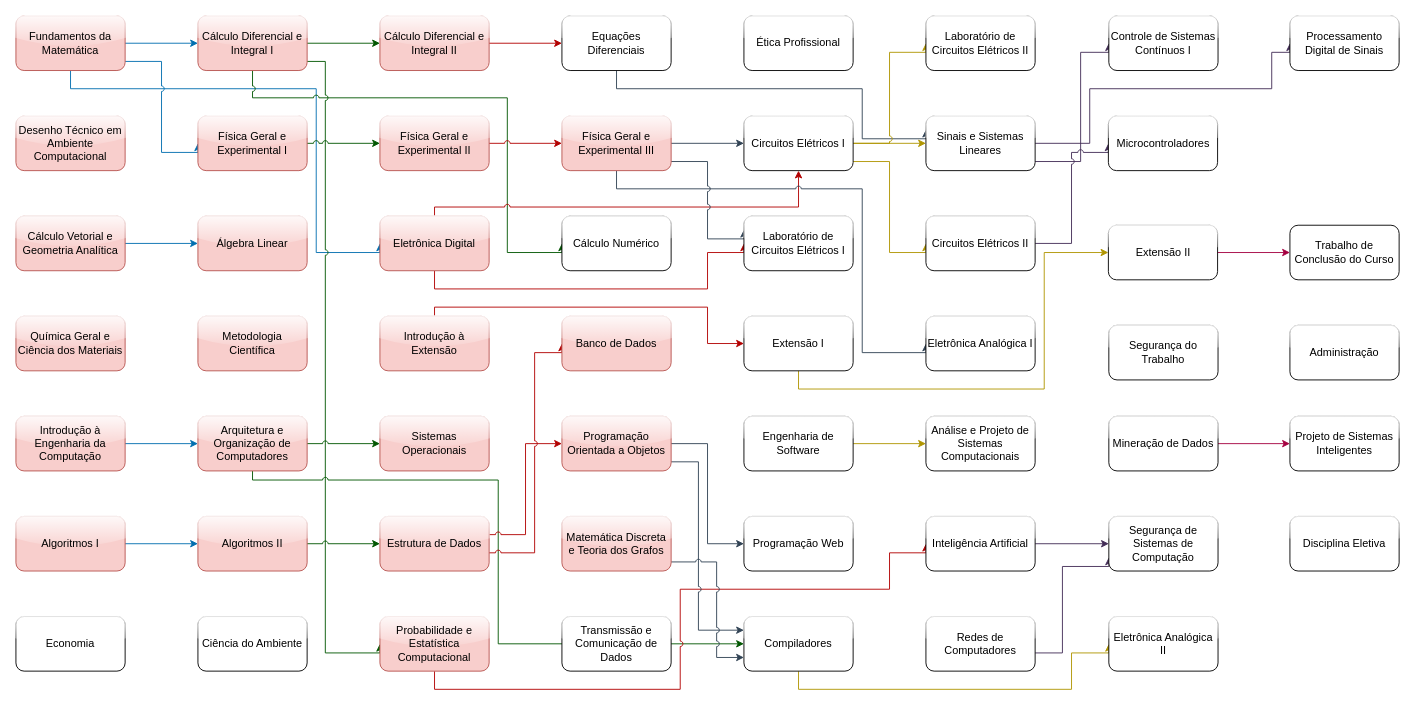
Above: fluxograma-disciplinas.drawio in mateus-s-a/IFMT_Eng_Computacao (draw.io), before the change. Source tidied: cells renumbered, new cells numbered last; positions are measured from the earlier drawing's top-left corner, leaving out a move shared by most shapes. Both pictures are drawn from the tidied source at 91%, with x=0, y=0 at pixel (15, 15).
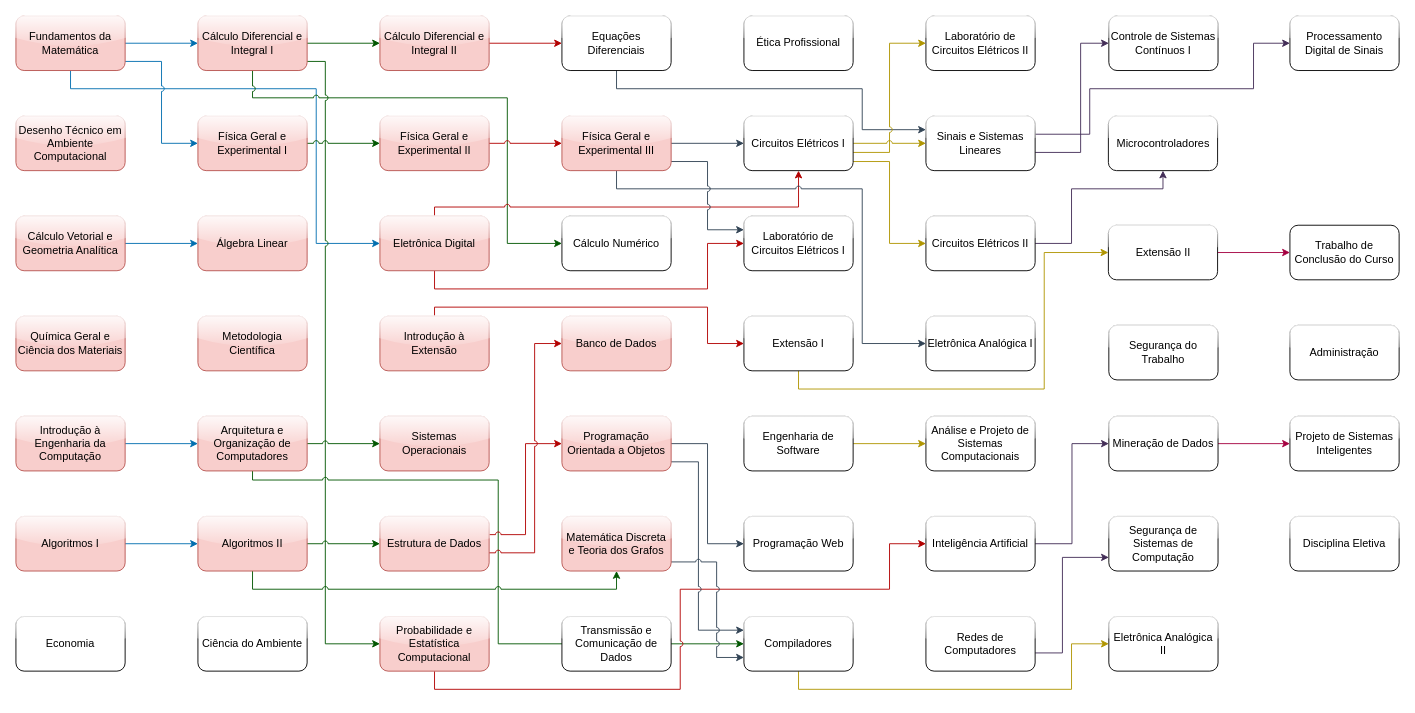
The same page after the edit.

The change refers to these unchanged cells:
```xml
<mxCell id="5" value="Fundamentos da Matemática" style="rounded=1;whiteSpace=wrap;html=1;glass=1;shadow=0;fillColor=#f8cecc;strokeColor=#b85450;" parent="1" vertex="1">
<mxCell id="18" value="&lt;div&gt;Cálculo Diferencial e Integral I&lt;/div&gt;" style="rounded=1;whiteSpace=wrap;html=1;glass=1;fillColor=#f8cecc;strokeColor=#b85450;" parent="1" vertex="1">
<mxCell id="20" value="&lt;div&gt;Física Geral e Experimental I&lt;/div&gt;" style="rounded=1;whiteSpace=wrap;html=1;glass=1;fillColor=#f8cecc;strokeColor=#b85450;" parent="1" vertex="1">
<mxCell id="27" value="&lt;div&gt;Algoritmos II&lt;/div&gt;" style="rounded=1;whiteSpace=wrap;html=1;glass=1;fillColor=#f8cecc;strokeColor=#b85450;" parent="1" vertex="1">
<mxCell id="33" value="Eletrônica Digital" style="rounded=1;whiteSpace=wrap;html=1;glass=1;fillColor=#f8cecc;strokeColor=#b85450;" parent="1" vertex="1">
<mxCell id="39" value="Estrutura de Dados" style="rounded=1;whiteSpace=wrap;html=1;glass=1;fillColor=#f8cecc;strokeColor=#b85450;" parent="1" vertex="1">
<mxCell id="41" value="Probabilidade e Estatística Computacional" style="rounded=1;whiteSpace=wrap;html=1;glass=1;fillColor=#f8cecc;strokeColor=#b85450;" parent="1" vertex="1">
<mxCell id="45" value="Equações Diferenciais" style="rounded=1;whiteSpace=wrap;html=1;glass=1;" parent="1" vertex="1">
<mxCell id="49" value="&lt;div&gt;Física Geral e Experimental III&lt;/div&gt;" style="rounded=1;whiteSpace=wrap;html=1;glass=1;fillColor=#f8cecc;strokeColor=#b85450;" parent="1" vertex="1">
<mxCell id="50" value="Cálculo Numérico" style="rounded=1;whiteSpace=wrap;html=1;glass=1;" parent="1" vertex="1">
<mxCell id="51" value="Banco de Dados" style="rounded=1;whiteSpace=wrap;html=1;glass=1;fillColor=#f8cecc;strokeColor=#b85450;" parent="1" vertex="1">
<mxCell id="56" value="Matemática Discreta e Teoria dos Grafos" style="rounded=1;whiteSpace=wrap;html=1;glass=1;fillColor=#f8cecc;strokeColor=#b85450;" parent="1" vertex="1">
<mxCell id="62" value="Circuitos Elétricos I" style="rounded=1;whiteSpace=wrap;html=1;glass=1;" parent="1" vertex="1">
<mxCell id="63" value="Laboratório de Circuitos Elétricos I" style="rounded=1;whiteSpace=wrap;html=1;glass=1;" parent="1" vertex="1">
<mxCell id="70" value="Compiladores" style="rounded=1;whiteSpace=wrap;html=1;glass=1;" parent="1" vertex="1">
<mxCell id="71" value="Laboratório de Circuitos Elétricos II" style="rounded=1;whiteSpace=wrap;html=1;glass=1;" parent="1" vertex="1">
<mxCell id="74" value="Sinais e Sistemas Lineares" style="rounded=1;whiteSpace=wrap;html=1;glass=1;" parent="1" vertex="1">
<mxCell id="76" value="Circuitos Elétricos II" style="rounded=1;whiteSpace=wrap;html=1;glass=1;" parent="1" vertex="1">
<mxCell id="77" value="Eletrônica Analógica I" style="rounded=1;whiteSpace=wrap;html=1;glass=1;" parent="1" vertex="1">
<mxCell id="80" value="Inteligência Artificial" style="rounded=1;whiteSpace=wrap;html=1;glass=1;" parent="1" vertex="1">
<mxCell id="82" value="Redes de Computadores" style="rounded=1;whiteSpace=wrap;html=1;glass=1;" parent="1" vertex="1">
<mxCell id="83" value="Controle de Sistemas Contínuos I" style="rounded=1;whiteSpace=wrap;html=1;glass=1;" parent="1" vertex="1">
<mxCell id="84" value="Microcontroladores" style="rounded=1;whiteSpace=wrap;html=1;glass=1;" parent="1" vertex="1">
<mxCell id="89" value="Mineração de Dados" style="rounded=1;whiteSpace=wrap;html=1;glass=1;" parent="1" vertex="1">
<mxCell id="90" value="Segurança de Sistemas de Computação" style="rounded=1;whiteSpace=wrap;html=1;glass=1;" parent="1" vertex="1">
<mxCell id="91" value="Eletrônica Analógica II" style="rounded=1;whiteSpace=wrap;html=1;glass=1;" parent="1" vertex="1">
<mxCell id="92" value="Processamento Digital de Sinais" style="rounded=1;whiteSpace=wrap;html=1;glass=1;" parent="1" vertex="1">
```

What changed in the source:
```diff
@@
     <mxCell id="3" style="edgeStyle=orthogonalEdgeStyle;rounded=0;jettySize=auto;html=1;entryX=0;entryY=0.5;entryDx=0;entryDy=0;jumpStyle=arc;fillColor=#1ba1e2;strokeColor=#006EAF;" parent="1" edge="1" source="5" target="33">
       <mxGeometry relative="1" as="geometry">
         <Array as="points">
           <mxPoint x="60" y="80" />
           <mxPoint x="330" y="80" />
-          <mxPoint x="330" y="260" />
+          <mxPoint x="330" y="250" />
         </Array>
       </mxGeometry>
     </mxCell>
     <mxCell id="4" style="edgeStyle=orthogonalEdgeStyle;rounded=0;jettySize=auto;html=1;entryX=0;entryY=0.5;entryDx=0;entryDy=0;jumpStyle=arc;fillColor=#1ba1e2;strokeColor=#006EAF;" parent="1" edge="1" source="5" target="20">
       <mxGeometry relative="1" as="geometry">
         <Array as="points">
           <mxPoint x="160" y="50" />
-          <mxPoint x="160" y="150" />
+          <mxPoint x="160" y="140" />
         </Array>
       </mxGeometry>
     </mxCell>
@@
     <mxCell id="16" style="edgeStyle=orthogonalEdgeStyle;rounded=0;jettySize=auto;html=1;entryX=0;entryY=0.5;entryDx=0;entryDy=0;fillColor=#008a00;strokeColor=#005700;jumpStyle=arc;" parent="1" edge="1" source="18" target="50">
       <mxGeometry relative="1" as="geometry">
         <Array as="points">
           <mxPoint x="260" y="90" />
           <mxPoint x="540" y="90" />
-          <mxPoint x="540" y="260" />
+          <mxPoint x="540" y="250" />
         </Array>
       </mxGeometry>
     </mxCell>
     <mxCell id="17" style="edgeStyle=orthogonalEdgeStyle;rounded=0;jettySize=auto;html=1;entryX=0;entryY=0.5;entryDx=0;entryDy=0;fillColor=#008a00;strokeColor=#005700;jumpStyle=arc;" parent="1" edge="1" source="18" target="41">
       <mxGeometry relative="1" as="geometry">
         <Array as="points">
           <mxPoint x="340" y="50" />
-          <mxPoint x="340" y="700" />
+          <mxPoint x="340" y="690" />
         </Array>
       </mxGeometry>
     </mxCell>
@@
+    <mxCell id="97" style="edgeStyle=orthogonalEdgeStyle;rounded=0;jettySize=auto;html=1;entryX=0.5;entryY=1;entryDx=0;entryDy=0;fillColor=#008a00;strokeColor=#005700;jumpStyle=arc;" parent="1" edge="1" source="27" target="56">
+      <mxGeometry relative="1" as="geometry">
+        <Array as="points">
+          <mxPoint x="260" y="630" />
+          <mxPoint x="660" y="630" />
+        </Array>
+      </mxGeometry>
+    </mxCell>
@@
     <mxCell id="32" style="edgeStyle=orthogonalEdgeStyle;rounded=0;jettySize=auto;html=1;entryX=0;entryY=0.5;entryDx=0;entryDy=0;fillColor=#e51400;strokeColor=#B20000;jumpStyle=arc;" parent="1" edge="1" source="33" target="63">
       <mxGeometry relative="1" as="geometry">
         <Array as="points">
           <mxPoint x="460" y="300" />
           <mxPoint x="760" y="300" />
-          <mxPoint x="760" y="260" />
-          <mxPoint x="800" y="260" />
+          <mxPoint x="760" y="250" />
         </Array>
       </mxGeometry>
     </mxCell>
@@
     <mxCell id="38" style="edgeStyle=orthogonalEdgeStyle;rounded=0;jettySize=auto;html=1;entryX=0;entryY=0.5;entryDx=0;entryDy=0;jumpStyle=arc;fillColor=#e51400;strokeColor=#B20000;" parent="1" edge="1" source="39" target="51">
       <mxGeometry relative="1" as="geometry">
         <Array as="points">
           <mxPoint x="570" y="590" />
-          <mxPoint x="570" y="370" />
-          <mxPoint x="600" y="370" />
+          <mxPoint x="570" y="360" />
         </Array>
       </mxGeometry>
     </mxCell>
@@
     <mxCell id="40" style="edgeStyle=orthogonalEdgeStyle;rounded=0;jettySize=auto;html=1;entryX=0;entryY=0.5;entryDx=0;entryDy=0;jumpStyle=arc;fillColor=#e51400;strokeColor=#B20000;" parent="1" edge="1" source="41" target="80">
       <mxGeometry relative="1" as="geometry">
         <Array as="points">
           <mxPoint x="460" y="740" />
           <mxPoint x="730" y="740" />
           <mxPoint x="730" y="630" />
           <mxPoint x="960" y="630" />
-          <mxPoint x="960" y="590" />
+          <mxPoint x="960" y="580" />
         </Array>
       </mxGeometry>
     </mxCell>
@@
     <mxCell id="44" style="edgeStyle=orthogonalEdgeStyle;rounded=0;jettySize=auto;html=1;entryX=0;entryY=0.25;entryDx=0;entryDy=0;fillColor=#647687;strokeColor=#314354;jumpStyle=arc;" parent="1" edge="1" source="45" target="74">
       <mxGeometry relative="1" as="geometry">
         <Array as="points">
           <mxPoint x="660" y="80" />
           <mxPoint x="930" y="80" />
-          <mxPoint x="930" y="135" />
+          <mxPoint x="930" y="125" />
         </Array>
       </mxGeometry>
     </mxCell>
@@
     <mxCell id="47" style="edgeStyle=orthogonalEdgeStyle;rounded=0;jettySize=auto;html=1;entryX=0;entryY=0.5;entryDx=0;entryDy=0;jumpStyle=arc;fillColor=#647687;strokeColor=#314354;" parent="1" edge="1" source="49" target="77">
       <mxGeometry relative="1" as="geometry">
         <Array as="points">
           <mxPoint x="660" y="190" />
           <mxPoint x="930" y="190" />
-          <mxPoint x="930" y="370" />
+          <mxPoint x="930" y="360" />
         </Array>
       </mxGeometry>
     </mxCell>
     <mxCell id="48" style="edgeStyle=orthogonalEdgeStyle;rounded=0;jettySize=auto;html=1;entryX=0;entryY=0.25;entryDx=0;entryDy=0;jumpStyle=arc;fillColor=#647687;strokeColor=#314354;" parent="1" edge="1" source="49" target="63">
       <mxGeometry relative="1" as="geometry">
         <Array as="points">
           <mxPoint x="760" y="160" />
-          <mxPoint x="760" y="245" />
+          <mxPoint x="760" y="235" />
         </Array>
       </mxGeometry>
     </mxCell>
@@
     <mxCell id="59" style="edgeStyle=orthogonalEdgeStyle;rounded=0;jettySize=auto;html=1;entryX=0;entryY=0.5;entryDx=0;entryDy=0;fillColor=#e3c800;strokeColor=#B09500;jumpStyle=arc;" parent="1" edge="1" source="62" target="71">
       <mxGeometry relative="1" as="geometry">
         <Array as="points">
-          <mxPoint x="960" y="140" />
-          <mxPoint x="960" y="40" />
+          <mxPoint x="960" y="150" />
+          <mxPoint x="960" y="30" />
         </Array>
       </mxGeometry>
     </mxCell>
@@
     <mxCell id="61" style="edgeStyle=orthogonalEdgeStyle;rounded=0;jettySize=auto;html=1;entryX=0;entryY=0.5;entryDx=0;entryDy=0;fillColor=#e3c800;strokeColor=#B09500;jumpStyle=arc;" parent="1" edge="1" source="62" target="76">
       <mxGeometry relative="1" as="geometry">
         <Array as="points">
           <mxPoint x="960" y="160" />
-          <mxPoint x="960" y="260" />
+          <mxPoint x="960" y="250" />
         </Array>
       </mxGeometry>
     </mxCell>
@@
     <mxCell id="69" style="edgeStyle=orthogonalEdgeStyle;rounded=0;jettySize=auto;html=1;entryX=0;entryY=0.5;entryDx=0;entryDy=0;fillColor=#e3c800;strokeColor=#B09500;jumpStyle=arc;" parent="1" edge="1" source="70" target="91">
       <mxGeometry relative="1" as="geometry">
         <Array as="points">
           <mxPoint x="860" y="740" />
           <mxPoint x="1160" y="740" />
-          <mxPoint x="1160" y="700" />
+          <mxPoint x="1160" y="690" />
         </Array>
       </mxGeometry>
     </mxCell>
@@
     <mxCell id="72" style="edgeStyle=orthogonalEdgeStyle;rounded=0;jettySize=auto;html=1;entryX=0;entryY=0.5;entryDx=0;entryDy=0;jumpStyle=arc;fillColor=#76608a;strokeColor=#432D57;" parent="1" edge="1" source="74" target="92">
       <mxGeometry relative="1" as="geometry">
         <Array as="points">
-          <mxPoint x="1180" y="140" />
+          <mxPoint x="1180" y="130" />
           <mxPoint x="1180" y="80" />
-          <mxPoint x="1380" y="80" />
-          <mxPoint x="1380" y="40" />
+          <mxPoint x="1360" y="80" />
+          <mxPoint x="1360" y="30" />
         </Array>
       </mxGeometry>
     </mxCell>
     <mxCell id="73" style="edgeStyle=orthogonalEdgeStyle;rounded=0;jettySize=auto;html=1;entryX=0;entryY=0.5;entryDx=0;entryDy=0;fillColor=#76608a;strokeColor=#432D57;" parent="1" edge="1" source="74" target="83">
       <mxGeometry relative="1" as="geometry">
         <Array as="points">
-          <mxPoint x="1170" y="160" />
-          <mxPoint x="1170" y="40" />
+          <mxPoint x="1170" y="150" />
+          <mxPoint x="1170" y="30" />
         </Array>
       </mxGeometry>
     </mxCell>
@@
-    <mxCell id="75" style="edgeStyle=orthogonalEdgeStyle;rounded=0;jettySize=auto;html=1;entryX=0;entryY=0.5;entryDx=0;entryDy=0;fillColor=#76608a;strokeColor=#432D57;jumpStyle=arc;" parent="1" edge="1" source="76" target="84">
+    <mxCell id="75" style="edgeStyle=orthogonalEdgeStyle;rounded=0;jettySize=auto;html=1;entryX=0.5;entryY=1;entryDx=0;entryDy=0;fillColor=#76608a;strokeColor=#432D57;jumpStyle=arc;" parent="1" edge="1" source="76" target="84">
       <mxGeometry relative="1" as="geometry">
         <Array as="points">
           <mxPoint x="1160" y="250" />
-          <mxPoint x="1160" y="150" />
+          <mxPoint x="1160" y="190" />
+          <mxPoint x="1260" y="190" />
         </Array>
       </mxGeometry>
     </mxCell>
@@
-    <mxCell id="79" style="edgeStyle=orthogonalEdgeStyle;rounded=0;jettySize=auto;html=1;entryX=0;entryY=0.5;entryDx=0;entryDy=0;fillColor=#76608a;strokeColor=#432D57;jumpStyle=arc;" parent="1" edge="1" source="80" target="90">
+    <mxCell id="79" style="edgeStyle=orthogonalEdgeStyle;rounded=0;jettySize=auto;html=1;entryX=0;entryY=0.5;entryDx=0;entryDy=0;fillColor=#76608a;strokeColor=#432D57;jumpStyle=arc;" parent="1" edge="1" source="80" target="89">
       <mxGeometry relative="1" as="geometry" />
     </mxCell>
@@
     <mxCell id="81" style="edgeStyle=orthogonalEdgeStyle;rounded=0;jettySize=auto;html=1;fillColor=#76608a;strokeColor=#432D57;jumpStyle=arc;entryX=0;entryY=0.75;entryDx=0;entryDy=0;" parent="1" edge="1" source="82" target="90">
       <mxGeometry relative="1" as="geometry">
         <Array as="points">
           <mxPoint x="1150" y="700" />
-          <mxPoint x="1150" y="605" />
+          <mxPoint x="1150" y="595" />
         </Array>
       </mxGeometry>
     </mxCell>
```
